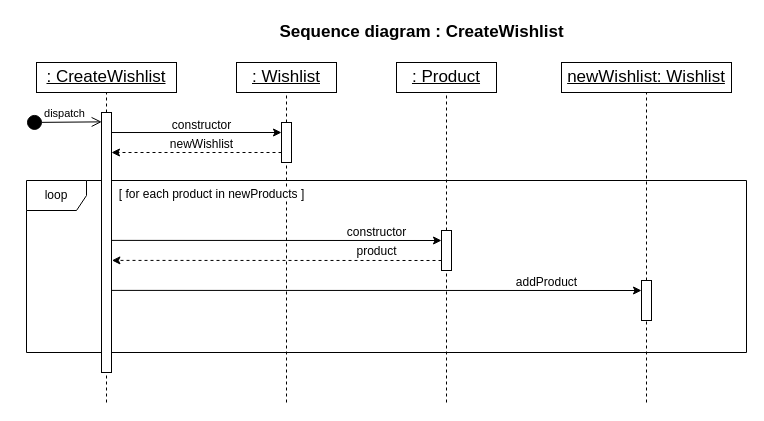
NNepper/LSINF1225-2020-GroupeL1.1-WishList keeps this draw.io diagram as Diagrammes/SequenceDiagrams/SequenceDiagram-CreateWishlist.drawio. Above is the earlier version. Source tidied: cells renumbered, new cells numbered last; positions are measured from the earlier drawing's top-left corner, leaving out a move shared by most shapes. Both pictures are drawn from the tidied source at 100%, with x=0, y=0 at pixel (26, 17).
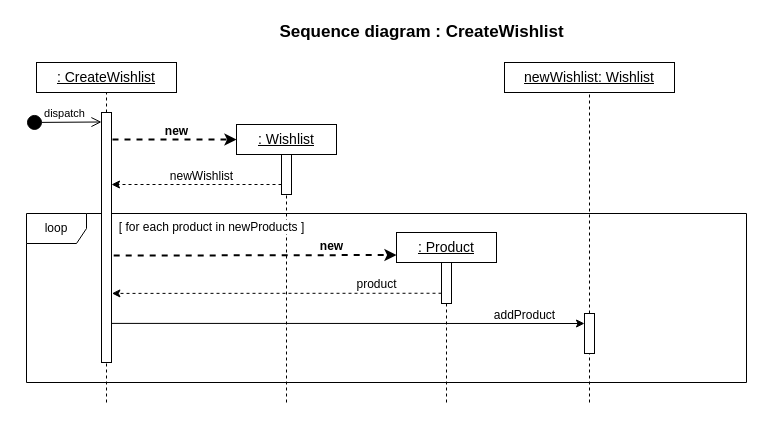
The same page after the edit.

Commit message (it also covers changes not shown here):
Correction des notations

What changed in the source:
```diff
@@
     <mxCell id="2" value="loop" style="shape=umlFrame;whiteSpace=wrap;html=1;labelBackgroundColor=#ffffff;align=center;" parent="1" vertex="1">
-      <mxGeometry y="163" width="720" height="172" as="geometry" />
+      <mxGeometry y="196" width="720" height="169" as="geometry" />
     </mxCell>
@@
-    <mxCell id="4" value=": CreateWishlist" style="rounded=0;whiteSpace=wrap;html=1;fontSize=17;fontStyle=4;" parent="1" vertex="1">
+    <mxCell id="4" value=": CreateWishlist" style="rounded=0;whiteSpace=wrap;html=1;fontSize=14;fontStyle=4;" parent="1" vertex="1">
       <mxGeometry x="10" y="45" width="140" height="30" as="geometry" />
     </mxCell>
@@
     <mxCell id="6" style="rounded=0;whiteSpace=wrap;html=1;fontSize=17;" parent="1" vertex="1">
-      <mxGeometry x="75" y="95" width="10" height="260" as="geometry" />
+      <mxGeometry x="75" y="95" width="10" height="250" as="geometry" />
     </mxCell>
@@
-    <mxCell id="8" value=": Wishlist" style="rounded=0;whiteSpace=wrap;html=1;fontSize=17;fontStyle=4;" parent="1" vertex="1">
-      <mxGeometry x="210" y="45" width="100" height="30" as="geometry" />
+    <mxCell id="8" value=": Wishlist" style="rounded=0;whiteSpace=wrap;html=1;fontSize=14;fontStyle=4;" parent="1" vertex="1">
+      <mxGeometry x="210" y="107" width="100" height="30" as="geometry" />
     </mxCell>
@@
     <mxCell id="10" style="rounded=0;whiteSpace=wrap;html=1;fontSize=17;" parent="1" vertex="1">
-      <mxGeometry x="255" y="105" width="10" height="40" as="geometry" />
+      <mxGeometry x="255" y="137" width="10" height="40" as="geometry" />
     </mxCell>
@@
-    <mxCell id="12" style="endArrow=classic;html=1;fontSize=17;entryX=0;entryY=0.25;entryDx=0;entryDy=0;exitX=1.022;exitY=0.077;exitDx=0;exitDy=0;exitPerimeter=0;" parent="1" edge="1" source="6" target="10">
-      <mxGeometry relative="1" as="geometry" />
-    </mxCell>
-    <mxCell id="13" value="constructor" style="text;html=1;fontSize=12;align=center;" parent="1" vertex="1">
-      <mxGeometry x="135" y="94" width="80" height="30" as="geometry" />
-    </mxCell>
     <mxCell id="14" style="endArrow=classic;html=1;exitX=0;exitY=0.75;exitDx=0;exitDy=0;dashed=1;" parent="1" edge="1" source="10">
       <mxGeometry relative="1" as="geometry">
-        <mxPoint x="85" y="135" as="targetPoint" />
+        <mxPoint x="85" y="167" as="targetPoint" />
       </mxGeometry>
     </mxCell>
-    <mxCell id="15" value=": Product" style="rounded=0;whiteSpace=wrap;html=1;fontSize=17;fontStyle=4;" parent="1" vertex="1">
-      <mxGeometry x="370" y="45" width="100" height="30" as="geometry" />
+    <mxCell id="15" value=": Product" style="rounded=0;whiteSpace=wrap;html=1;fontSize=14;fontStyle=4;" parent="1" vertex="1">
+      <mxGeometry x="370" y="215" width="100" height="30" as="geometry" />
     </mxCell>
@@
     <mxCell id="17" style="rounded=0;whiteSpace=wrap;html=1;fontSize=17;" parent="1" vertex="1">
-      <mxGeometry x="415" y="213" width="10" height="40" as="geometry" />
+      <mxGeometry x="415" y="245" width="10" height="41" as="geometry" />
     </mxCell>
@@
-    <mxCell id="19" style="endArrow=classic;html=1;entryX=0;entryY=0.25;entryDx=0;entryDy=0;exitX=1.018;exitY=0.189;exitDx=0;exitDy=0;exitPerimeter=0;" parent="1" edge="1" target="17">
-      <mxGeometry relative="1" as="geometry">
-        <mxPoint x="85.2" y="222.9" as="sourcePoint" />
-      </mxGeometry>
-    </mxCell>
-    <mxCell id="20" value="constructor" style="text;html=1;fontSize=12;align=center;" parent="1" vertex="1">
-      <mxGeometry x="310" y="201" width="80" height="30" as="geometry" />
-    </mxCell>
     <mxCell id="21" value="newWishlist" style="text;html=1;fontSize=12;align=center;" parent="1" vertex="1">
-      <mxGeometry x="135" y="113" width="80" height="30" as="geometry" />
+      <mxGeometry x="135" y="145" width="80" height="30" as="geometry" />
     </mxCell>
     <mxCell id="22" style="endArrow=classic;html=1;exitX=0;exitY=0.75;exitDx=0;exitDy=0;dashed=1;entryX=1.043;entryY=0.243;entryDx=0;entryDy=0;entryPerimeter=0;" parent="1" edge="1" source="17">
       <mxGeometry relative="1" as="geometry">
-        <mxPoint x="85.4" y="242.9" as="targetPoint" />
+        <mxPoint x="85.4" y="275.9" as="targetPoint" />
       </mxGeometry>
     </mxCell>
     <mxCell id="23" value="product" style="text;html=1;fontSize=12;align=center;" parent="1" vertex="1">
-      <mxGeometry x="310" y="220" width="80" height="30" as="geometry" />
+      <mxGeometry x="310" y="253" width="80" height="30" as="geometry" />
     </mxCell>
-    <mxCell id="24" value="newWishlist: Wishlist" style="rounded=0;whiteSpace=wrap;html=1;fontSize=17;fontStyle=4;" parent="1" vertex="1">
-      <mxGeometry x="535" y="45" width="170" height="30" as="geometry" />
+    <mxCell id="24" value="newWishlist: Wishlist" style="rounded=0;whiteSpace=wrap;html=1;fontSize=14;fontStyle=4;" parent="1" vertex="1">
+      <mxGeometry x="478" y="45" width="170" height="30" as="geometry" />
     </mxCell>
@@
     <mxCell id="26" style="rounded=0;whiteSpace=wrap;html=1;fontSize=17;" parent="1" vertex="1">
-      <mxGeometry x="615" y="263" width="10" height="40" as="geometry" />
+      <mxGeometry x="558" y="296" width="10" height="40" as="geometry" />
     </mxCell>
     <mxCell id="27" style="endArrow=none;dashed=1;html=1;fontSize=17;entryX=0.5;entryY=1;entryDx=0;entryDy=0;" parent="1" edge="1" target="26">
       <mxGeometry relative="1" as="geometry">
-        <mxPoint x="620" y="385" as="sourcePoint" />
+        <mxPoint x="563" y="385" as="sourcePoint" />
       </mxGeometry>
     </mxCell>
     <mxCell id="28" style="endArrow=classic;html=1;entryX=0;entryY=0.25;entryDx=0;entryDy=0;exitX=1.034;exitY=0.324;exitDx=0;exitDy=0;exitPerimeter=0;" parent="1" edge="1" target="26">
       <mxGeometry relative="1" as="geometry">
-        <mxPoint x="85.3" y="272.9" as="sourcePoint" />
+        <mxPoint x="85.3" y="305.9" as="sourcePoint" />
       </mxGeometry>
     </mxCell>
     <mxCell id="29" value="addProduct" style="text;html=1;fontSize=12;align=center;" parent="1" vertex="1">
-      <mxGeometry x="480" y="251" width="80" height="30" as="geometry" />
+      <mxGeometry x="458" y="284" width="80" height="30" as="geometry" />
     </mxCell>
     <mxCell id="30" value="[ for each product in newProducts ]" style="text;html=1;fontSize=12;align=center;labelBackgroundColor=#ffffff;" parent="1" vertex="1">
-      <mxGeometry x="90" y="163" width="190" height="30" as="geometry" />
+      <mxGeometry x="90" y="196" width="190" height="30" as="geometry" />
     </mxCell>
-    <mxCell id="31" value="dispatch" style="html=1;verticalAlign=bottom;startArrow=circle;startFill=1;endArrow=open;startSize=6;endSize=8;entryX=0.023;entryY=0.036;entryDx=0;entryDy=0;entryPerimeter=0;" parent="1" edge="1" target="6">
+    <mxCell id="31" value="dispatch" style="html=1;verticalAlign=bottom;startArrow=circle;startFill=1;endArrow=open;startSize=6;endSize=8;entryX=0;entryY=0.038;entryDx=0;entryDy=0;entryPerimeter=0;" parent="1" edge="1" target="6">
       <mxGeometry relative="1" as="geometry">
         <mxPoint y="105" as="sourcePoint" />
       </mxGeometry>
     </mxCell>
+    <mxCell id="32" style="group;" parent="1" vertex="1">
+      <mxGeometry x="110" y="100" width="80" height="30" as="geometry" />
+    </mxCell>
+    <mxCell id="13" value="&lt;b&gt;new&lt;/b&gt;" style="text;html=1;fontSize=12;align=center;" parent="32" vertex="1">
+      <mxGeometry width="80" height="30" as="geometry" />
+    </mxCell>
+    <mxCell id="33" style="group;" parent="1" vertex="1">
+      <mxGeometry x="265" y="215" width="80" height="30" as="geometry" />
+    </mxCell>
+    <mxCell id="34" value="&lt;b&gt;new&lt;/b&gt;" style="text;html=1;fontSize=12;align=center;" parent="33" vertex="1">
+      <mxGeometry width="80" height="30" as="geometry" />
+    </mxCell>
+    <mxCell id="35" style="endArrow=classic;html=1;fontSize=17;entryX=0;entryY=0.75;entryDx=0;entryDy=0;exitX=1.22;exitY=0.355;exitDx=0;exitDy=0;exitPerimeter=0;dashed=1;strokeWidth=2;" parent="1" edge="1" target="15">
+      <mxGeometry relative="1" as="geometry">
+        <mxPoint x="87.2" y="238.1" as="sourcePoint" />
+      </mxGeometry>
+    </mxCell>
+    <mxCell id="12" style="endArrow=classic;html=1;fontSize=17;entryX=0;entryY=0.5;entryDx=0;entryDy=0;dashed=1;strokeWidth=2;" parent="1" edge="1" target="8">
+      <mxGeometry relative="1" as="geometry">
+        <mxPoint x="86" y="122" as="sourcePoint" />
+      </mxGeometry>
+    </mxCell>
```
